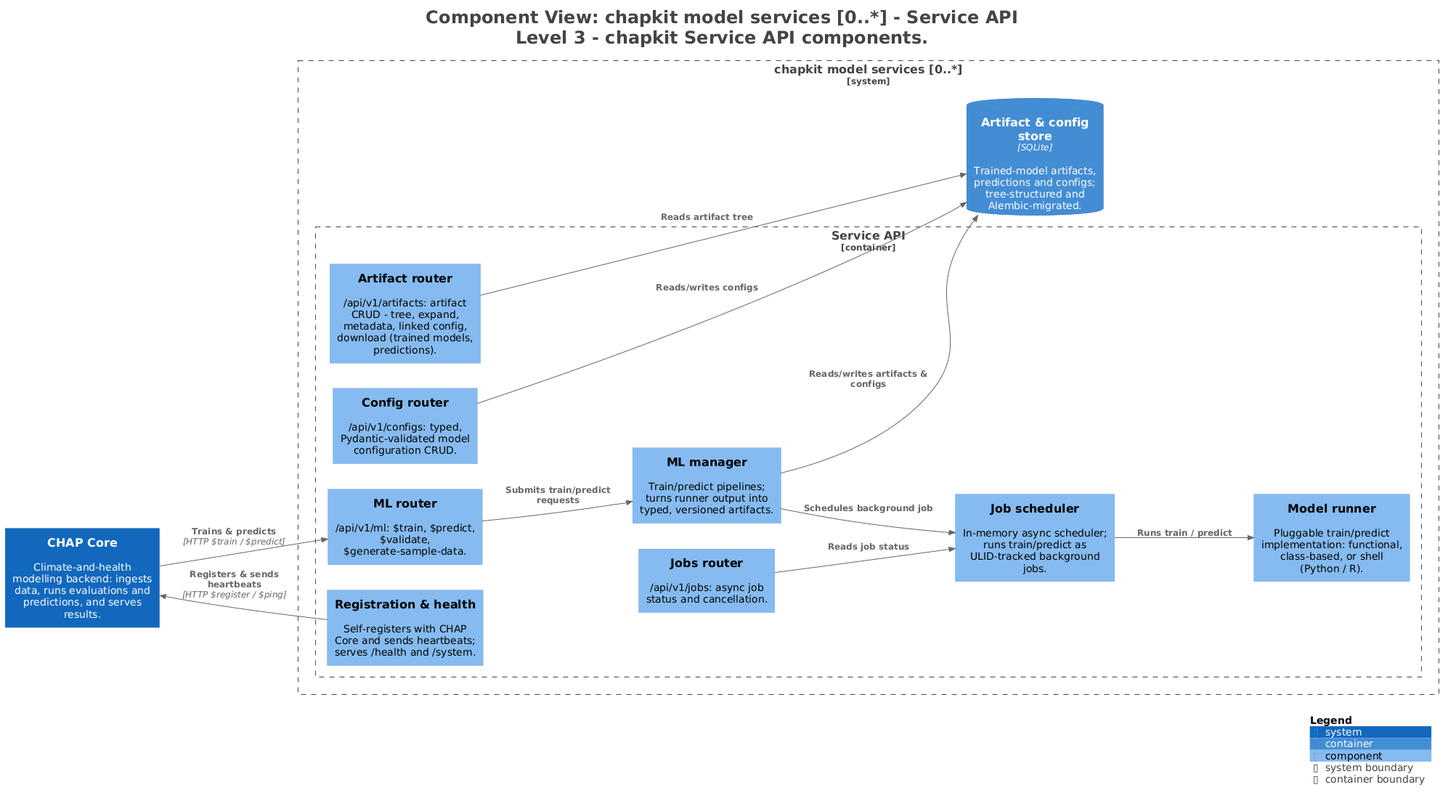
Before: architecture/diagrams/plantuml/L3_ChapkitService.png, a diagram exported from PlantUML (dhis2-chap/chap-core).
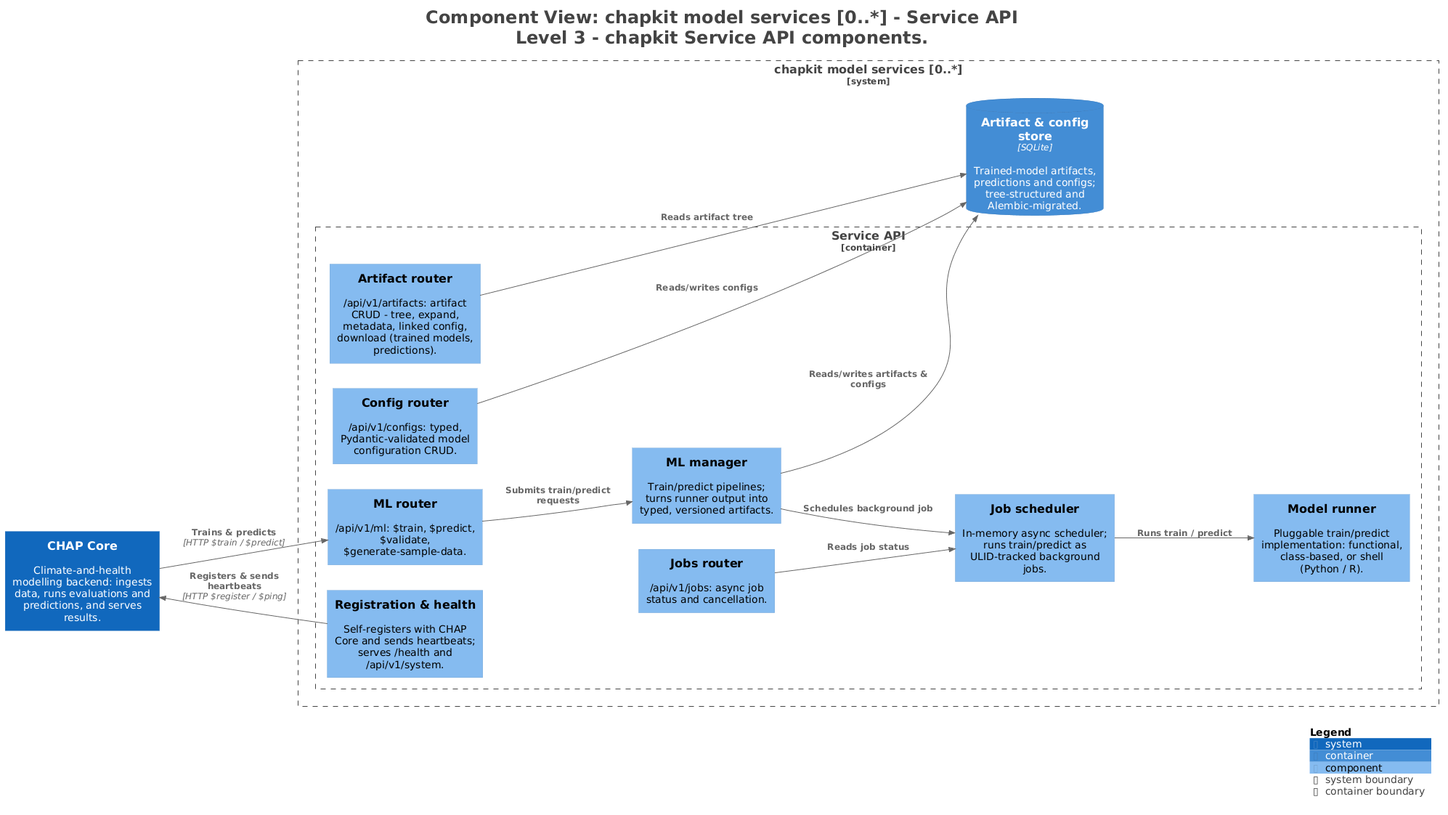
The same file after the commit.

Diff of the diagram source:
```diff
@@ -20,7 +20,7 @@
 
 System_Boundary("chapkitmodelservices0_boundary", "chapkit model services [0..*]", $tags="") {
   Container_Boundary("chapkitmodelservices0.ServiceAPI_boundary", "Service API", $tags="") {
-    Component(chapkitmodelservices0.ServiceAPI.Registrationhealth, "Registration & health", $techn="", $descr="Self-registers with CHAP Core and sends heartbeats; serves /health and /system.", $tags="", $link="")
+    Component(chapkitmodelservices0.ServiceAPI.Registrationhealth, "Registration & health", $techn="", $descr="Self-registers with CHAP Core and sends heartbeats; serves /health and /api/v1/system.", $tags="", $link="")
     Component(chapkitmodelservices0.ServiceAPI.MLrouter, "ML router", $techn="", $descr="/api/v1/ml: $train, $predict, $validate, $generate-sample-data.", $tags="", $link="")
     Component(chapkitmodelservices0.ServiceAPI.Configrouter, "Config router", $techn="", $descr="/api/v1/configs: typed, Pydantic-validated model configuration CRUD.", $tags="", $link="")
     Component(chapkitmodelservices0.ServiceAPI.Artifactrouter, "Artifact router", $techn="", $descr="/api/v1/artifacts: artifact CRUD - tree, expand, metadata, linked config, download (trained models, predictions).", $tags="", $link="")
```
